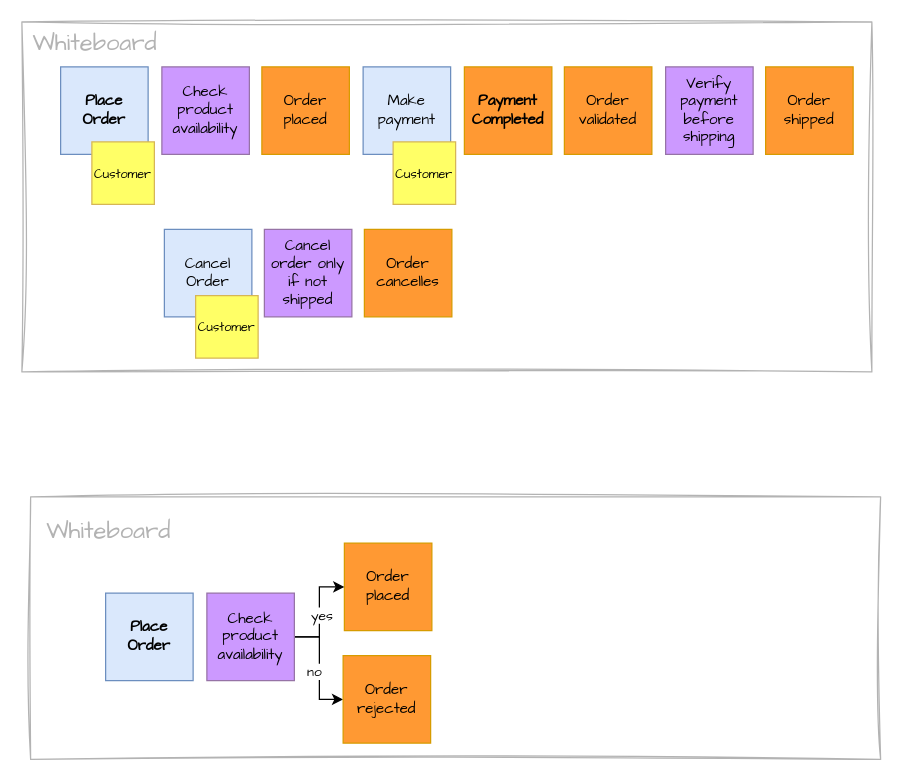
Earlier version of the draw.io diagram page "02-PM01" (5 of 12) of content/en/knowledgebase/ddd-eventstorming/eventstorming.drawio (mauvaisetroupe/architech). Source tidied: cells renumbered, new cells numbered last; positions are measured from the earlier drawing's top-left corner, leaving out a move shared by most shapes. Both pictures are drawn from the tidied source at 125%, with x=0, y=0 at pixel (21, 21).
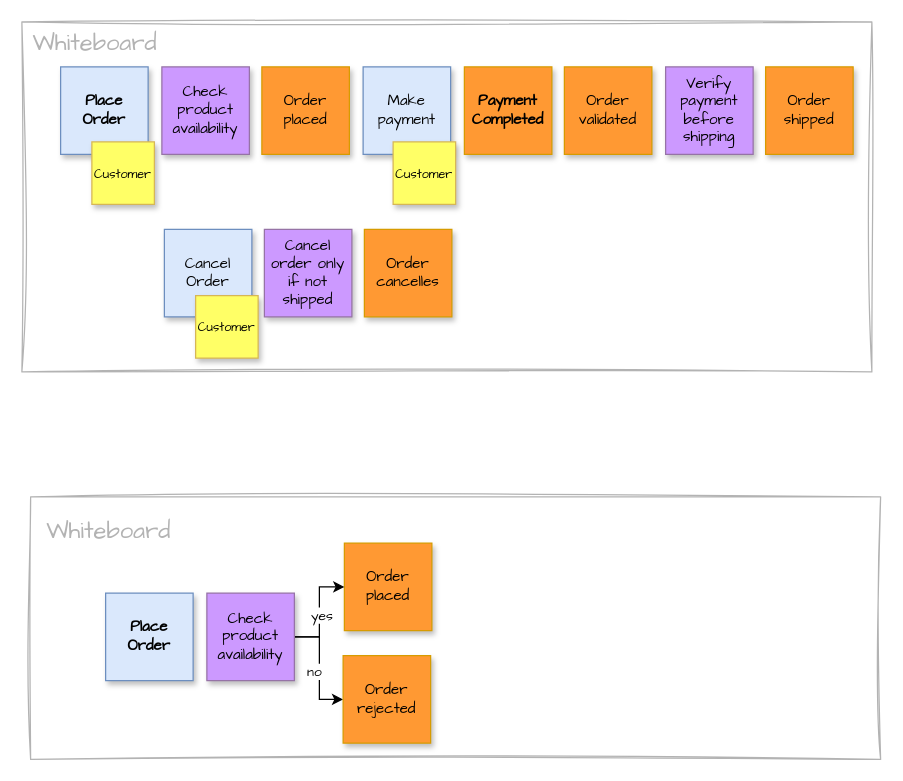
The same diagram, later.

What changed in the source:
```diff
@@
-    <mxCell id="4" value="Order placed" style="whiteSpace=wrap;html=1;hachureGap=4;fontFamily=Architects Daughter;fillColor=#FF9933;strokeColor=#d79b00;spacingTop=2;spacingLeft=2;spacingBottom=2;spacingRight=2;align=center;verticalAlign=middle;fontSize=12;fontColor=default;" parent="1" vertex="1">
+    <mxCell id="4" value="Order placed" style="whiteSpace=wrap;html=1;hachureGap=4;fontFamily=Architects Daughter;fillColor=#FF9933;strokeColor=#d79b00;spacingTop=2;spacingLeft=2;spacingBottom=2;spacingRight=2;align=center;verticalAlign=middle;fontSize=12;fontColor=default;shadow=1;" parent="1" vertex="1">
       <mxGeometry x="192" y="36" width="70" height="70" as="geometry" />
     </mxCell>
-    <mxCell id="5" value="&lt;strong&gt;Place Order&lt;/strong&gt;" style="whiteSpace=wrap;html=1;hachureGap=4;fontFamily=Architects Daughter;fillColor=#dae8fc;strokeColor=#6c8ebf;spacingTop=2;spacingLeft=2;spacingBottom=2;spacingRight=2;align=center;verticalAlign=middle;fontSize=12;" parent="1" vertex="1">
+    <mxCell id="5" value="&lt;strong&gt;Place Order&lt;/strong&gt;" style="whiteSpace=wrap;html=1;hachureGap=4;fontFamily=Architects Daughter;fillColor=#dae8fc;strokeColor=#6c8ebf;spacingTop=2;spacingLeft=2;spacingBottom=2;spacingRight=2;align=center;verticalAlign=middle;fontSize=12;shadow=1;" parent="1" vertex="1">
       <mxGeometry x="31" y="36" width="70" height="70" as="geometry" />
     </mxCell>
-    <mxCell id="6" value="Make payment" style="whiteSpace=wrap;html=1;hachureGap=4;fontFamily=Architects Daughter;fillColor=#dae8fc;strokeColor=#6c8ebf;spacingTop=2;spacingLeft=2;spacingBottom=2;spacingRight=2;align=center;verticalAlign=middle;fontSize=12;" parent="1" vertex="1">
+    <mxCell id="6" value="Make payment" style="whiteSpace=wrap;html=1;hachureGap=4;fontFamily=Architects Daughter;fillColor=#dae8fc;strokeColor=#6c8ebf;spacingTop=2;spacingLeft=2;spacingBottom=2;spacingRight=2;align=center;verticalAlign=middle;fontSize=12;shadow=1;" parent="1" vertex="1">
       <mxGeometry x="273" y="36" width="70" height="70" as="geometry" />
     </mxCell>
-    <mxCell id="7" value="Customer" style="whiteSpace=wrap;html=1;hachureGap=4;fontFamily=Architects Daughter;fillColor=#FFFF66;strokeColor=#d6b656;spacingTop=2;spacingLeft=2;spacingBottom=2;spacingRight=2;fontSize=10;" parent="1" vertex="1">
+    <mxCell id="7" value="Customer" style="whiteSpace=wrap;html=1;hachureGap=4;fontFamily=Architects Daughter;fillColor=#FFFF66;strokeColor=#d6b656;spacingTop=2;spacingLeft=2;spacingBottom=2;spacingRight=2;fontSize=10;shadow=1;" parent="1" vertex="1">
       <mxGeometry x="56" y="96" width="50" height="50" as="geometry" />
     </mxCell>
-    <mxCell id="8" value="Customer" style="whiteSpace=wrap;html=1;hachureGap=4;fontFamily=Architects Daughter;fillColor=#FFFF66;strokeColor=#d6b656;spacingTop=2;spacingLeft=2;spacingBottom=2;spacingRight=2;fontSize=10;" parent="1" vertex="1">
+    <mxCell id="8" value="Customer" style="whiteSpace=wrap;html=1;hachureGap=4;fontFamily=Architects Daughter;fillColor=#FFFF66;strokeColor=#d6b656;spacingTop=2;spacingLeft=2;spacingBottom=2;spacingRight=2;fontSize=10;shadow=1;" parent="1" vertex="1">
       <mxGeometry x="297" y="96" width="50" height="50" as="geometry" />
     </mxCell>
-    <mxCell id="9" value="Check product availability" style="whiteSpace=wrap;html=1;hachureGap=4;fontFamily=Architects Daughter;fillColor=#CC99FF;strokeColor=#9673a6;spacingTop=2;spacingLeft=2;spacingBottom=2;spacingRight=2;" parent="1" vertex="1">
+    <mxCell id="9" value="Check product availability" style="whiteSpace=wrap;html=1;hachureGap=4;fontFamily=Architects Daughter;fillColor=#CC99FF;strokeColor=#9673a6;spacingTop=2;spacingLeft=2;spacingBottom=2;spacingRight=2;shadow=1;" parent="1" vertex="1">
       <mxGeometry x="112" y="36" width="70" height="70" as="geometry" />
     </mxCell>
-    <mxCell id="10" value="Order cancelles" style="whiteSpace=wrap;html=1;hachureGap=4;fontFamily=Architects Daughter;fillColor=#FF9933;strokeColor=#d79b00;spacingTop=2;spacingLeft=2;spacingBottom=2;spacingRight=2;" parent="1" vertex="1">
+    <mxCell id="10" value="Order cancelles" style="whiteSpace=wrap;html=1;hachureGap=4;fontFamily=Architects Daughter;fillColor=#FF9933;strokeColor=#d79b00;spacingTop=2;spacingLeft=2;spacingBottom=2;spacingRight=2;shadow=1;" parent="1" vertex="1">
       <mxGeometry x="274" y="166" width="70" height="70" as="geometry" />
     </mxCell>
-    <mxCell id="11" value="Cancel Order" style="whiteSpace=wrap;html=1;hachureGap=4;fontFamily=Architects Daughter;fillColor=#dae8fc;strokeColor=#6c8ebf;spacingTop=2;spacingLeft=2;spacingBottom=2;spacingRight=2;align=center;verticalAlign=middle;fontSize=12;" parent="1" vertex="1">
+    <mxCell id="11" value="Cancel Order" style="whiteSpace=wrap;html=1;hachureGap=4;fontFamily=Architects Daughter;fillColor=#dae8fc;strokeColor=#6c8ebf;spacingTop=2;spacingLeft=2;spacingBottom=2;spacingRight=2;align=center;verticalAlign=middle;fontSize=12;shadow=1;" parent="1" vertex="1">
       <mxGeometry x="114" y="166" width="70" height="70" as="geometry" />
     </mxCell>
-    <mxCell id="12" value="Customer" style="whiteSpace=wrap;html=1;hachureGap=4;fontFamily=Architects Daughter;fillColor=#FFFF66;strokeColor=#d6b656;spacingTop=2;spacingLeft=2;spacingBottom=2;spacingRight=2;fontSize=10;" parent="1" vertex="1">
+    <mxCell id="12" value="Customer" style="whiteSpace=wrap;html=1;hachureGap=4;fontFamily=Architects Daughter;fillColor=#FFFF66;strokeColor=#d6b656;spacingTop=2;spacingLeft=2;spacingBottom=2;spacingRight=2;fontSize=10;shadow=1;" parent="1" vertex="1">
       <mxGeometry x="139" y="219" width="50" height="50" as="geometry" />
     </mxCell>
-    <mxCell id="13" value="Cancel order only if not shipped" style="whiteSpace=wrap;html=1;hachureGap=4;fontFamily=Architects Daughter;fillColor=#CC99FF;strokeColor=#9673a6;spacingTop=2;spacingLeft=2;spacingBottom=2;spacingRight=2;" parent="1" vertex="1">
+    <mxCell id="13" value="Cancel order only if not shipped" style="whiteSpace=wrap;html=1;hachureGap=4;fontFamily=Architects Daughter;fillColor=#CC99FF;strokeColor=#9673a6;spacingTop=2;spacingLeft=2;spacingBottom=2;spacingRight=2;shadow=1;" parent="1" vertex="1">
       <mxGeometry x="194" y="166" width="70" height="70" as="geometry" />
     </mxCell>
-    <mxCell id="14" value="Verify payment before shipping" style="whiteSpace=wrap;html=1;hachureGap=4;fontFamily=Architects Daughter;fillColor=#CC99FF;strokeColor=#9673a6;spacingTop=2;spacingLeft=2;spacingBottom=2;spacingRight=2;" parent="1" vertex="1">
+    <mxCell id="14" value="Verify payment before shipping" style="whiteSpace=wrap;html=1;hachureGap=4;fontFamily=Architects Daughter;fillColor=#CC99FF;strokeColor=#9673a6;spacingTop=2;spacingLeft=2;spacingBottom=2;spacingRight=2;shadow=1;" parent="1" vertex="1">
       <mxGeometry x="515" y="36" width="70" height="70" as="geometry" />
     </mxCell>
-    <mxCell id="15" value="Order validated" style="whiteSpace=wrap;html=1;hachureGap=4;fontFamily=Architects Daughter;fillColor=#FF9933;strokeColor=#d79b00;spacingTop=2;spacingLeft=2;spacingBottom=2;spacingRight=2;align=center;verticalAlign=middle;fontSize=12;fontColor=default;" parent="1" vertex="1">
+    <mxCell id="15" value="Order validated" style="whiteSpace=wrap;html=1;hachureGap=4;fontFamily=Architects Daughter;fillColor=#FF9933;strokeColor=#d79b00;spacingTop=2;spacingLeft=2;spacingBottom=2;spacingRight=2;align=center;verticalAlign=middle;fontSize=12;fontColor=default;shadow=1;" parent="1" vertex="1">
       <mxGeometry x="434" y="36" width="70" height="70" as="geometry" />
     </mxCell>
-    <mxCell id="16" value="Order shipped" style="whiteSpace=wrap;html=1;hachureGap=4;fontFamily=Architects Daughter;fillColor=#FF9933;strokeColor=#d79b00;spacingTop=2;spacingLeft=2;spacingBottom=2;spacingRight=2;align=center;verticalAlign=middle;fontSize=12;fontColor=default;" parent="1" vertex="1">
+    <mxCell id="16" value="Order shipped" style="whiteSpace=wrap;html=1;hachureGap=4;fontFamily=Architects Daughter;fillColor=#FF9933;strokeColor=#d79b00;spacingTop=2;spacingLeft=2;spacingBottom=2;spacingRight=2;align=center;verticalAlign=middle;fontSize=12;fontColor=default;shadow=1;" parent="1" vertex="1">
       <mxGeometry x="595" y="36" width="70" height="70" as="geometry" />
     </mxCell>
-    <mxCell id="17" value="&lt;strong&gt;Payment Completed&lt;/strong&gt;" style="whiteSpace=wrap;html=1;hachureGap=4;fontFamily=Architects Daughter;fillColor=#FF9933;strokeColor=#d79b00;spacingTop=2;spacingLeft=2;spacingBottom=2;spacingRight=2;" parent="1" vertex="1">
+    <mxCell id="17" value="&lt;strong&gt;Payment Completed&lt;/strong&gt;" style="whiteSpace=wrap;html=1;hachureGap=4;fontFamily=Architects Daughter;fillColor=#FF9933;strokeColor=#d79b00;spacingTop=2;spacingLeft=2;spacingBottom=2;spacingRight=2;shadow=1;" parent="1" vertex="1">
       <mxGeometry x="354" y="36" width="70" height="70" as="geometry" />
     </mxCell>
-    <mxCell id="18" value="Order placed" style="whiteSpace=wrap;html=1;hachureGap=4;fontFamily=Architects Daughter;fillColor=#FF9933;strokeColor=#d79b00;spacingTop=2;spacingLeft=2;spacingBottom=2;spacingRight=2;align=center;verticalAlign=middle;fontSize=12;fontColor=default;" parent="1" vertex="1">
+    <mxCell id="18" value="Order placed" style="whiteSpace=wrap;html=1;hachureGap=4;fontFamily=Architects Daughter;fillColor=#FF9933;strokeColor=#d79b00;spacingTop=2;spacingLeft=2;spacingBottom=2;spacingRight=2;align=center;verticalAlign=middle;fontSize=12;fontColor=default;shadow=1;" parent="1" vertex="1">
       <mxGeometry x="258" y="417" width="70" height="70" as="geometry" />
     </mxCell>
-    <mxCell id="19" value="&lt;strong&gt;Place Order&lt;/strong&gt;" style="whiteSpace=wrap;html=1;hachureGap=4;fontFamily=Architects Daughter;fillColor=#dae8fc;strokeColor=#6c8ebf;spacingTop=2;spacingLeft=2;spacingBottom=2;spacingRight=2;align=center;verticalAlign=middle;fontSize=12;" parent="1" vertex="1">
+    <mxCell id="19" value="&lt;strong&gt;Place Order&lt;/strong&gt;" style="whiteSpace=wrap;html=1;hachureGap=4;fontFamily=Architects Daughter;fillColor=#dae8fc;strokeColor=#6c8ebf;spacingTop=2;spacingLeft=2;spacingBottom=2;spacingRight=2;align=center;verticalAlign=middle;fontSize=12;shadow=1;" parent="1" vertex="1">
       <mxGeometry x="67" y="457" width="70" height="70" as="geometry" />
     </mxCell>
@@
-    <mxCell id="24" value="Check product availability" style="whiteSpace=wrap;html=1;hachureGap=4;fontFamily=Architects Daughter;fillColor=#CC99FF;strokeColor=#9673a6;spacingTop=2;spacingLeft=2;spacingBottom=2;spacingRight=2;" parent="1" vertex="1">
+    <mxCell id="24" value="Check product availability" style="whiteSpace=wrap;html=1;hachureGap=4;fontFamily=Architects Daughter;fillColor=#CC99FF;strokeColor=#9673a6;spacingTop=2;spacingLeft=2;spacingBottom=2;spacingRight=2;shadow=1;" parent="1" vertex="1">
       <mxGeometry x="148" y="457" width="70" height="70" as="geometry" />
     </mxCell>
-    <mxCell id="25" value="Order rejected" style="whiteSpace=wrap;html=1;hachureGap=4;fontFamily=Architects Daughter;fillColor=#FF9933;strokeColor=#d79b00;spacingTop=2;spacingLeft=2;spacingBottom=2;spacingRight=2;align=center;verticalAlign=middle;fontSize=12;fontColor=default;" parent="1" vertex="1">
+    <mxCell id="25" value="Order rejected" style="whiteSpace=wrap;html=1;hachureGap=4;fontFamily=Architects Daughter;fillColor=#FF9933;strokeColor=#d79b00;spacingTop=2;spacingLeft=2;spacingBottom=2;spacingRight=2;align=center;verticalAlign=middle;fontSize=12;fontColor=default;shadow=1;" parent="1" vertex="1">
       <mxGeometry x="257" y="507" width="70" height="70" as="geometry" />
     </mxCell>
```
